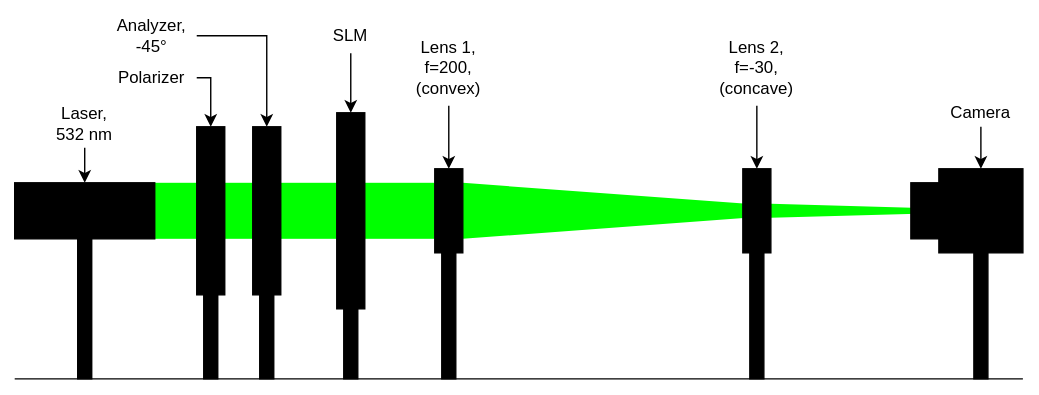
This is docs/source/images/setup.svg from nbaehler/mask-designer, a draw.io export, as it was before one commit. Source tidied: cells renumbered, new cells last; positions are measured from the earlier drawing's top-left corner, leaving out a move shared by most shapes.
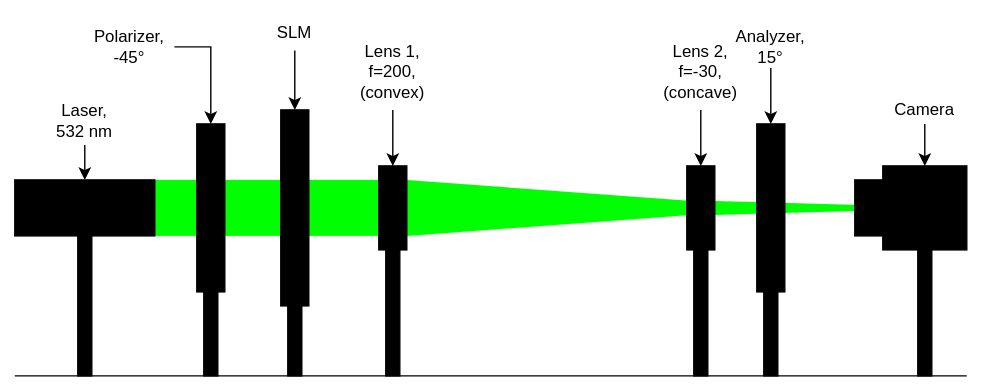
The same diagram one commit later.

Diff of the diagram source:
```diff
@@ -6,11 +6,8 @@
       <mxGeometry x="320" y="120" width="270" height="40" as="geometry" />
     </mxCell>
     <mxCell id="3" style="rounded=0;whiteSpace=wrap;html=1;strokeColor=none;fillColor=#00FF00;" parent="1" vertex="1">
-      <mxGeometry x="100" y="120" width="30" height="40" as="geometry" />
+      <mxGeometry x="140" y="120" width="30" height="40" as="geometry" />
     </mxCell>
-    <mxCell id="4" style="rounded=0;whiteSpace=wrap;html=1;strokeColor=none;fillColor=#00FF00;" parent="1" vertex="1">
-      <mxGeometry x="150" y="120" width="20" height="40" as="geometry" />
-    </mxCell>
     <mxCell id="5" style="rounded=0;whiteSpace=wrap;html=1;strokeColor=none;fillColor=#00FF00;" parent="1" vertex="1">
       <mxGeometry x="190" y="120" width="40" height="40" as="geometry" />
     </mxCell>
@@ -22,15 +19,15 @@
     </mxCell>
     <mxCell id="8" style="endArrow=none;html=1;rounded=0;" parent="1" edge="1">
       <mxGeometry relative="1" as="geometry">
-        <mxPoint y="260" as="sourcePoint" />
+        <mxPoint x="40" y="260" as="sourcePoint" />
         <mxPoint x="720" y="260" as="targetPoint" />
       </mxGeometry>
     </mxCell>
     <mxCell id="9" style="rounded=0;whiteSpace=wrap;html=1;fillColor=#000000;" parent="1" vertex="1">
-      <mxGeometry x="45" y="160" width="10" height="100" as="geometry" />
+      <mxGeometry x="85" y="160" width="10" height="100" as="geometry" />
     </mxCell>
     <mxCell id="10" style="rounded=0;whiteSpace=wrap;html=1;fillColor=#000000;" parent="1" vertex="1">
-      <mxGeometry x="135" y="200" width="10" height="60" as="geometry" />
+      <mxGeometry x="575" y="200" width="10" height="60" as="geometry" />
     </mxCell>
     <mxCell id="11" style="rounded=0;whiteSpace=wrap;html=1;fillColor=#000000;" parent="1" vertex="1">
       <mxGeometry x="175" y="200" width="10" height="60" as="geometry" />
@@ -44,17 +41,17 @@
     <mxCell id="14" style="rounded=0;whiteSpace=wrap;html=1;fillColor=#000000;" parent="1" vertex="1">
       <mxGeometry x="525" y="170" width="10" height="90" as="geometry" />
     </mxCell>
-    <mxCell id="15" style="edgeStyle=orthogonalEdgeStyle;rounded=0;jettySize=auto;html=1;exitX=1;exitY=0.5;exitDx=0;exitDy=0;entryX=0.5;entryY=0;entryDx=0;entryDy=0;" parent="1" edge="1" source="16" target="27">
+    <mxCell id="15" style="edgeStyle=none;html=1;" parent="1" edge="1" source="16" target="27">
       <mxGeometry relative="1" as="geometry" />
     </mxCell>
-    <mxCell id="16" value="Polarizer" style="text;html=1;strokeColor=none;fillColor=none;align=center;verticalAlign=middle;whiteSpace=wrap;rounded=0;" parent="1" vertex="1">
-      <mxGeometry x="66" y="30" width="64" height="30" as="geometry" />
+    <mxCell id="16" value="Analyzer,&lt;br&gt;15°" style="text;html=1;strokeColor=none;fillColor=none;align=center;verticalAlign=middle;whiteSpace=wrap;rounded=0;" parent="1" vertex="1">
+      <mxGeometry x="548" y="10" width="64" height="30" as="geometry" />
     </mxCell>
     <mxCell id="17" style="edgeStyle=orthogonalEdgeStyle;rounded=0;jettySize=auto;html=1;exitX=0.5;exitY=1;exitDx=0;exitDy=0;entryX=0.5;entryY=0;entryDx=0;entryDy=0;" parent="1" edge="1" source="18" target="32">
       <mxGeometry relative="1" as="geometry" />
     </mxCell>
     <mxCell id="18" value="&lt;div&gt;Laser,&lt;/div&gt;&lt;div&gt;532 nm&lt;/div&gt;" style="text;html=1;strokeColor=none;fillColor=none;align=center;verticalAlign=middle;whiteSpace=wrap;rounded=0;" parent="1" vertex="1">
-      <mxGeometry x="20" y="60" width="60" height="35" as="geometry" />
+      <mxGeometry x="60" y="60" width="60" height="35" as="geometry" />
     </mxCell>
     <mxCell id="19" style="edgeStyle=orthogonalEdgeStyle;rounded=0;jettySize=auto;html=1;exitX=1;exitY=0.5;exitDx=0;exitDy=0;entryX=0.5;entryY=0;entryDx=0;entryDy=0;" parent="1" edge="1" source="24" target="28">
       <mxGeometry relative="1" as="geometry" />
@@ -69,19 +66,19 @@
       <mxGeometry relative="1" as="geometry" />
     </mxCell>
     <mxCell id="23" value="&lt;div&gt;Lens 1,&lt;/div&gt;&lt;div&gt;f=200,&lt;br&gt;&lt;/div&gt;&lt;div&gt;(convex)&lt;br&gt;&lt;/div&gt;" style="text;html=1;strokeColor=none;fillColor=none;align=center;verticalAlign=middle;whiteSpace=wrap;rounded=0;" parent="1" vertex="1">
-      <mxGeometry x="280" y="10" width="60" height="55" as="geometry" />
+      <mxGeometry x="280" y="15" width="60" height="55" as="geometry" />
     </mxCell>
-    <mxCell id="24" value="Analyzer,&lt;br&gt;-45°" style="text;html=1;strokeColor=none;fillColor=none;align=center;verticalAlign=middle;whiteSpace=wrap;rounded=0;" parent="1" vertex="1">
-      <mxGeometry x="66" width="64" height="30" as="geometry" />
+    <mxCell id="24" value="Polarizer,&lt;br&gt;-45°" style="text;html=1;strokeColor=none;fillColor=none;align=center;verticalAlign=middle;whiteSpace=wrap;rounded=0;" parent="1" vertex="1">
+      <mxGeometry x="90" y="10" width="64" height="30" as="geometry" />
     </mxCell>
     <mxCell id="25" style="edgeStyle=orthogonalEdgeStyle;rounded=0;jettySize=auto;html=1;exitX=0.5;exitY=1;exitDx=0;exitDy=0;entryX=0.5;entryY=0;entryDx=0;entryDy=0;" parent="1" edge="1" source="26" target="35">
       <mxGeometry relative="1" as="geometry" />
     </mxCell>
     <mxCell id="26" value="&lt;div&gt;Lens 2,&lt;/div&gt;&lt;div&gt;f=-75,&lt;br&gt;&lt;/div&gt;&lt;div&gt;(concave)&lt;/div&gt;" style="text;html=1;strokeColor=none;fillColor=none;align=center;verticalAlign=middle;whiteSpace=wrap;rounded=0;" parent="1" vertex="1">
-      <mxGeometry x="500" y="10" width="60" height="55" as="geometry" />
+      <mxGeometry x="500" y="15" width="60" height="55" as="geometry" />
     </mxCell>
     <mxCell id="27" style="rounded=0;whiteSpace=wrap;html=1;fillColor=#000000;" parent="1" vertex="1">
-      <mxGeometry x="130" y="80" width="20" height="120" as="geometry" />
+      <mxGeometry x="570" y="80" width="20" height="120" as="geometry" />
     </mxCell>
     <mxCell id="28" style="rounded=0;whiteSpace=wrap;html=1;fillColor=#000000;" parent="1" vertex="1">
       <mxGeometry x="170" y="80" width="20" height="120" as="geometry" />
@@ -96,7 +93,7 @@
       <mxGeometry x="660" y="110" width="60" height="60" as="geometry" />
     </mxCell>
     <mxCell id="32" style="rounded=0;whiteSpace=wrap;html=1;fillColor=#000000;" parent="1" vertex="1">
-      <mxGeometry y="120" width="100" height="40" as="geometry" />
+      <mxGeometry x="40" y="120" width="100" height="40" as="geometry" />
     </mxCell>
     <mxCell id="33" style="edgeStyle=orthogonalEdgeStyle;rounded=0;jettySize=auto;html=1;" parent="1" edge="1" source="34" target="31">
       <mxGeometry relative="1" as="geometry" />
```
